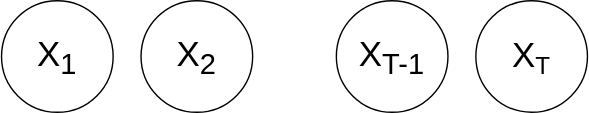
Earlier version of the draw.io export Attention_Location.svg (Pcyslist/MY_EA-LSTM). Source tidied: cells renumbered, new cells last; positions are measured from the earlier drawing's top-left corner, leaving out a move shared by most shapes. Its diagram source:
```xml
<mxGraphModel>
  <root>
    <mxCell id="0" />
    <mxCell id="1" parent="0" />
    <mxCell id="2" value="&lt;font style=&quot;font-size: 25px&quot;&gt;&lt;font style=&quot;vertical-align: inherit ; font-size: 25px&quot;&gt;X&lt;/font&gt;&lt;font style=&quot;font-size: 25px&quot;&gt;&lt;sub&gt;1&lt;/sub&gt;&lt;/font&gt;&lt;/font&gt;" style="ellipse;whiteSpace=wrap;html=1;" parent="1" vertex="1">
      <mxGeometry width="80" height="80" as="geometry" />
    </mxCell>
    <mxCell id="3" value="&lt;span style=&quot;font-size: 25px&quot;&gt;&lt;font&gt;X&lt;font&gt;&lt;sub&gt;2&lt;/sub&gt;&lt;/font&gt;&lt;/font&gt;&lt;/span&gt;" style="ellipse;whiteSpace=wrap;html=1;" parent="1" vertex="1">
      <mxGeometry x="100" width="80" height="80" as="geometry" />
    </mxCell>
    <mxCell id="4" value="&lt;span style=&quot;font-size: 25px&quot;&gt;&lt;font&gt;X&lt;font&gt;&lt;sub&gt;T-1&lt;/sub&gt;&lt;/font&gt;&lt;/font&gt;&lt;/span&gt;" style="ellipse;whiteSpace=wrap;html=1;" parent="1" vertex="1">
      <mxGeometry x="240" width="80" height="80" as="geometry" />
    </mxCell>
    <mxCell id="5" value="&lt;font&gt;&lt;font&gt;&lt;span style=&quot;vertical-align: inherit ; font-size: 25px&quot;&gt;X&lt;/span&gt;&lt;span style=&quot;font-size: 20.8333px&quot;&gt;&lt;sub&gt;T&lt;/sub&gt;&lt;/span&gt;&lt;/font&gt;&lt;/font&gt;" style="ellipse;whiteSpace=wrap;html=1;" parent="1" vertex="1">
      <mxGeometry x="340" width="80" height="80" as="geometry" />
    </mxCell>
  </root>
</mxGraphModel>
```
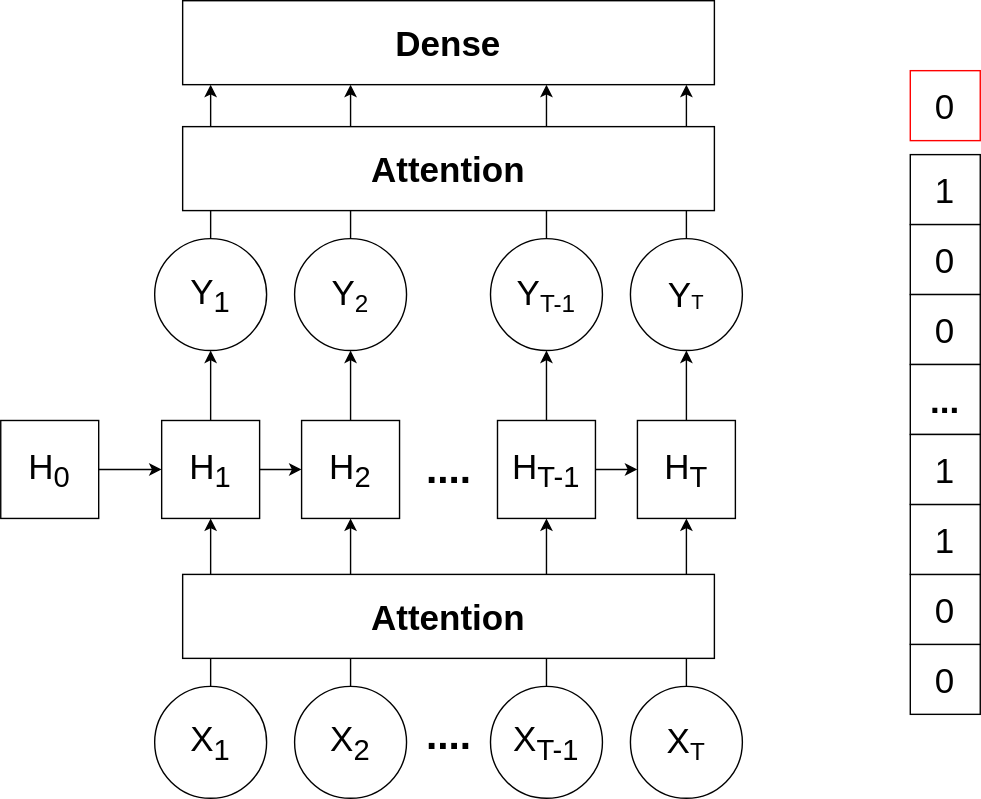
The same diagram one commit later.

The edit, as a diff of the source:
```diff
@@ -2,17 +2,151 @@
   <root>
     <mxCell id="0" />
     <mxCell id="1" parent="0" />
+    <mxCell id="6" style="edgeStyle=orthogonalEdgeStyle;rounded=0;jettySize=auto;html=1;" parent="1" edge="1" source="2" target="15">
+      <mxGeometry relative="1" as="geometry" />
+    </mxCell>
     <mxCell id="2" value="&lt;font style=&quot;font-size: 25px&quot;&gt;&lt;font style=&quot;vertical-align: inherit ; font-size: 25px&quot;&gt;X&lt;/font&gt;&lt;font style=&quot;font-size: 25px&quot;&gt;&lt;sub&gt;1&lt;/sub&gt;&lt;/font&gt;&lt;/font&gt;" style="ellipse;whiteSpace=wrap;html=1;" parent="1" vertex="1">
       <mxGeometry width="80" height="80" as="geometry" />
     </mxCell>
+    <mxCell id="7" style="edgeStyle=orthogonalEdgeStyle;rounded=0;jettySize=auto;html=1;" parent="1" edge="1" source="3" target="17">
+      <mxGeometry relative="1" as="geometry" />
+    </mxCell>
     <mxCell id="3" value="&lt;span style=&quot;font-size: 25px&quot;&gt;&lt;font&gt;X&lt;font&gt;&lt;sub&gt;2&lt;/sub&gt;&lt;/font&gt;&lt;/font&gt;&lt;/span&gt;" style="ellipse;whiteSpace=wrap;html=1;" parent="1" vertex="1">
       <mxGeometry x="100" width="80" height="80" as="geometry" />
     </mxCell>
+    <mxCell id="8" style="edgeStyle=orthogonalEdgeStyle;rounded=0;jettySize=auto;html=1;" parent="1" edge="1" source="4" target="20">
+      <mxGeometry relative="1" as="geometry" />
+    </mxCell>
     <mxCell id="4" value="&lt;span style=&quot;font-size: 25px&quot;&gt;&lt;font&gt;X&lt;font&gt;&lt;sub&gt;T-1&lt;/sub&gt;&lt;/font&gt;&lt;/font&gt;&lt;/span&gt;" style="ellipse;whiteSpace=wrap;html=1;" parent="1" vertex="1">
       <mxGeometry x="240" width="80" height="80" as="geometry" />
     </mxCell>
+    <mxCell id="9" style="edgeStyle=orthogonalEdgeStyle;rounded=0;jettySize=auto;html=1;" parent="1" edge="1" source="5" target="22">
+      <mxGeometry relative="1" as="geometry" />
+    </mxCell>
     <mxCell id="5" value="&lt;font&gt;&lt;font&gt;&lt;span style=&quot;vertical-align: inherit ; font-size: 25px&quot;&gt;X&lt;/span&gt;&lt;span style=&quot;font-size: 20.8333px&quot;&gt;&lt;sub&gt;T&lt;/sub&gt;&lt;/span&gt;&lt;/font&gt;&lt;/font&gt;" style="ellipse;whiteSpace=wrap;html=1;" parent="1" vertex="1">
       <mxGeometry x="340" width="80" height="80" as="geometry" />
     </mxCell>
+    <mxCell id="10" value="&lt;font style=&quot;vertical-align: inherit ; font-size: 21px&quot;&gt;&lt;font style=&quot;vertical-align: inherit ; font-size: 21px&quot;&gt;&lt;font style=&quot;vertical-align: inherit ; font-size: 21px&quot;&gt;&lt;font style=&quot;vertical-align: inherit ; font-size: 21px&quot;&gt;&lt;b&gt;&lt;font style=&quot;vertical-align: inherit ; font-size: 29px&quot;&gt;&lt;font style=&quot;vertical-align: inherit ; font-size: 29px&quot;&gt;&lt;font style=&quot;vertical-align: inherit ; font-size: 29px&quot;&gt;&lt;font style=&quot;vertical-align: inherit ; font-size: 29px&quot;&gt;....&lt;/font&gt;&lt;/font&gt;&lt;/font&gt;&lt;/font&gt;&lt;/b&gt;&lt;/font&gt;&lt;/font&gt;&lt;/font&gt;&lt;/font&gt;" style="text;html=1;align=center;verticalAlign=middle;fillColor=none;strokeColor=none;rounded=0;" parent="1" vertex="1">
+      <mxGeometry x="185" y="20" width="50" height="30" as="geometry" />
+    </mxCell>
+    <mxCell id="11" style="edgeStyle=orthogonalEdgeStyle;rounded=0;jettySize=auto;html=1;" parent="1" edge="1" source="12" target="15">
+      <mxGeometry relative="1" as="geometry" />
+    </mxCell>
+    <mxCell id="12" value="&lt;span style=&quot;font-size: 25px&quot;&gt;&lt;font&gt;H&lt;font&gt;&lt;sub&gt;0&lt;/sub&gt;&lt;/font&gt;&lt;/font&gt;&lt;/span&gt;" style="rounded=0;whiteSpace=wrap;html=1;" parent="1" vertex="1">
+      <mxGeometry x="-110" y="-190" width="70" height="70" as="geometry" />
+    </mxCell>
+    <mxCell id="13" style="edgeStyle=orthogonalEdgeStyle;rounded=0;jettySize=auto;html=1;" parent="1" edge="1" source="15" target="17">
+      <mxGeometry relative="1" as="geometry" />
+    </mxCell>
+    <mxCell id="14" style="edgeStyle=orthogonalEdgeStyle;rounded=0;jettySize=auto;html=1;" parent="1" edge="1" source="15" target="26">
+      <mxGeometry relative="1" as="geometry" />
+    </mxCell>
+    <mxCell id="15" value="&lt;span style=&quot;font-size: 25px&quot;&gt;&lt;font&gt;H&lt;font&gt;&lt;sub&gt;1&lt;/sub&gt;&lt;/font&gt;&lt;/font&gt;&lt;/span&gt;" style="rounded=0;whiteSpace=wrap;html=1;" parent="1" vertex="1">
+      <mxGeometry x="5" y="-190" width="70" height="70" as="geometry" />
+    </mxCell>
+    <mxCell id="16" style="edgeStyle=orthogonalEdgeStyle;rounded=0;jettySize=auto;html=1;" parent="1" edge="1" source="17" target="30">
+      <mxGeometry relative="1" as="geometry" />
+    </mxCell>
+    <mxCell id="17" value="&lt;span style=&quot;font-size: 25px&quot;&gt;&lt;font&gt;H&lt;font&gt;&lt;sub&gt;2&lt;/sub&gt;&lt;/font&gt;&lt;/font&gt;&lt;/span&gt;" style="rounded=0;whiteSpace=wrap;html=1;" parent="1" vertex="1">
+      <mxGeometry x="105" y="-190" width="70" height="70" as="geometry" />
+    </mxCell>
+    <mxCell id="18" style="edgeStyle=orthogonalEdgeStyle;rounded=0;jettySize=auto;html=1;" parent="1" edge="1" source="20" target="22">
+      <mxGeometry relative="1" as="geometry" />
+    </mxCell>
+    <mxCell id="19" style="edgeStyle=orthogonalEdgeStyle;rounded=0;jettySize=auto;html=1;" parent="1" edge="1" source="20" target="28">
+      <mxGeometry relative="1" as="geometry" />
+    </mxCell>
+    <mxCell id="20" value="&lt;span style=&quot;font-size: 25px&quot;&gt;&lt;font&gt;H&lt;font&gt;&lt;sub&gt;T-1&lt;/sub&gt;&lt;/font&gt;&lt;/font&gt;&lt;/span&gt;" style="rounded=0;whiteSpace=wrap;html=1;" parent="1" vertex="1">
+      <mxGeometry x="245" y="-190" width="70" height="70" as="geometry" />
+    </mxCell>
+    <mxCell id="21" style="edgeStyle=orthogonalEdgeStyle;rounded=0;jettySize=auto;html=1;" parent="1" edge="1" source="22" target="32">
+      <mxGeometry relative="1" as="geometry" />
+    </mxCell>
+    <mxCell id="22" value="&lt;span style=&quot;font-size: 25px&quot;&gt;H&lt;sub&gt;T&lt;/sub&gt;&lt;/span&gt;" style="rounded=0;whiteSpace=wrap;html=1;" parent="1" vertex="1">
+      <mxGeometry x="345" y="-190" width="70" height="70" as="geometry" />
+    </mxCell>
+    <mxCell id="23" value="&lt;font style=&quot;font-size: 25px&quot;&gt;&lt;b&gt;Attention&lt;/b&gt;&lt;/font&gt;" style="rounded=0;whiteSpace=wrap;html=1;" parent="1" vertex="1">
+      <mxGeometry x="20" y="-80" width="380" height="60" as="geometry" />
+    </mxCell>
+    <mxCell id="24" value="&lt;font style=&quot;vertical-align: inherit ; font-size: 21px&quot;&gt;&lt;font style=&quot;vertical-align: inherit ; font-size: 21px&quot;&gt;&lt;font style=&quot;vertical-align: inherit ; font-size: 21px&quot;&gt;&lt;font style=&quot;vertical-align: inherit ; font-size: 21px&quot;&gt;&lt;b&gt;&lt;font style=&quot;vertical-align: inherit ; font-size: 29px&quot;&gt;&lt;font style=&quot;vertical-align: inherit ; font-size: 29px&quot;&gt;&lt;font style=&quot;vertical-align: inherit ; font-size: 29px&quot;&gt;&lt;font style=&quot;vertical-align: inherit ; font-size: 29px&quot;&gt;....&lt;/font&gt;&lt;/font&gt;&lt;/font&gt;&lt;/font&gt;&lt;/b&gt;&lt;/font&gt;&lt;/font&gt;&lt;/font&gt;&lt;/font&gt;" style="text;html=1;align=center;verticalAlign=middle;fillColor=none;strokeColor=none;rounded=0;" parent="1" vertex="1">
+      <mxGeometry x="185" y="-170" width="50" height="30" as="geometry" />
+    </mxCell>
+    <mxCell id="25" style="edgeStyle=orthogonalEdgeStyle;rounded=0;jettySize=auto;html=1;" parent="1" edge="1" source="26" target="33">
+      <mxGeometry relative="1" as="geometry">
+        <Array as="points">
+          <mxPoint x="40" y="-370" />
+          <mxPoint x="40" y="-370" />
+        </Array>
+      </mxGeometry>
+    </mxCell>
+    <mxCell id="26" value="&lt;font&gt;&lt;font&gt;&lt;sub&gt;&lt;span style=&quot;font-size: 25px&quot;&gt;Y&lt;sub&gt;1&lt;/sub&gt;&lt;/span&gt;&lt;/sub&gt;&lt;/font&gt;&lt;/font&gt;" style="ellipse;whiteSpace=wrap;html=1;" parent="1" vertex="1">
+      <mxGeometry y="-320" width="80" height="80" as="geometry" />
+    </mxCell>
+    <mxCell id="27" style="edgeStyle=orthogonalEdgeStyle;rounded=0;jettySize=auto;html=1;" parent="1" edge="1" source="28" target="33">
+      <mxGeometry relative="1" as="geometry">
+        <Array as="points">
+          <mxPoint x="280" y="-380" />
+          <mxPoint x="280" y="-380" />
+        </Array>
+      </mxGeometry>
+    </mxCell>
+    <mxCell id="28" value="&lt;font&gt;&lt;font&gt;&lt;sub&gt;&lt;span style=&quot;font-size: 25px&quot;&gt;Y&lt;/span&gt;&lt;span style=&quot;font-size: 20.8333px&quot;&gt;&lt;sub&gt;T-1&lt;/sub&gt;&lt;/span&gt;&lt;/sub&gt;&lt;/font&gt;&lt;/font&gt;" style="ellipse;whiteSpace=wrap;html=1;" parent="1" vertex="1">
+      <mxGeometry x="240" y="-320" width="80" height="80" as="geometry" />
+    </mxCell>
+    <mxCell id="29" style="edgeStyle=orthogonalEdgeStyle;rounded=0;jettySize=auto;html=1;" parent="1" edge="1" source="30" target="33">
+      <mxGeometry relative="1" as="geometry">
+        <Array as="points">
+          <mxPoint x="140" y="-370" />
+          <mxPoint x="140" y="-370" />
+        </Array>
+      </mxGeometry>
+    </mxCell>
+    <mxCell id="30" value="&lt;font&gt;&lt;font&gt;&lt;sub&gt;&lt;span style=&quot;font-size: 25px&quot;&gt;Y&lt;/span&gt;&lt;span style=&quot;font-size: 20.8333px&quot;&gt;&lt;sub&gt;2&lt;/sub&gt;&lt;/span&gt;&lt;/sub&gt;&lt;/font&gt;&lt;/font&gt;" style="ellipse;whiteSpace=wrap;html=1;" parent="1" vertex="1">
+      <mxGeometry x="100" y="-320" width="80" height="80" as="geometry" />
+    </mxCell>
+    <mxCell id="31" style="edgeStyle=orthogonalEdgeStyle;rounded=0;jettySize=auto;html=1;" parent="1" edge="1" source="32" target="33">
+      <mxGeometry relative="1" as="geometry">
+        <Array as="points">
+          <mxPoint x="380" y="-380" />
+          <mxPoint x="380" y="-380" />
+        </Array>
+      </mxGeometry>
+    </mxCell>
+    <mxCell id="32" value="&lt;font&gt;&lt;font&gt;&lt;span style=&quot;vertical-align: sub ; font-size: 25px&quot;&gt;Y&lt;/span&gt;&lt;span style=&quot;font-size: 17.3611px&quot;&gt;&lt;sub style=&quot;vertical-align: sub&quot;&gt;T&lt;/sub&gt;&lt;/span&gt;&lt;/font&gt;&lt;/font&gt;" style="ellipse;whiteSpace=wrap;html=1;" parent="1" vertex="1">
+      <mxGeometry x="340" y="-320" width="80" height="80" as="geometry" />
+    </mxCell>
+    <mxCell id="33" value="&lt;span style=&quot;font-size: 25px&quot;&gt;&lt;b&gt;Dense&lt;/b&gt;&lt;/span&gt;" style="rounded=0;whiteSpace=wrap;html=1;" parent="1" vertex="1">
+      <mxGeometry x="20" y="-490" width="380" height="60" as="geometry" />
+    </mxCell>
+    <mxCell id="34" value="&lt;font style=&quot;font-size: 25px&quot;&gt;&lt;b&gt;Attention&lt;/b&gt;&lt;/font&gt;" style="rounded=0;whiteSpace=wrap;html=1;" parent="1" vertex="1">
+      <mxGeometry x="20" y="-400" width="380" height="60" as="geometry" />
+    </mxCell>
+    <mxCell id="35" value="&lt;font style=&quot;font-size: 25px&quot;&gt;0&lt;/font&gt;" style="whiteSpace=wrap;html=1;fillColor=#ffffff;strokeColor=#FF0000;" parent="1" vertex="1">
+      <mxGeometry x="540" y="-440" width="50" height="50" as="geometry" />
+    </mxCell>
+    <mxCell id="36" value="&lt;font style=&quot;font-size: 25px&quot;&gt;1&lt;/font&gt;" style="whiteSpace=wrap;html=1;fillColor=#ffffff;" parent="1" vertex="1">
+      <mxGeometry x="540" y="-380" width="50" height="50" as="geometry" />
+    </mxCell>
+    <mxCell id="37" value="&lt;font style=&quot;font-size: 25px&quot;&gt;0&lt;/font&gt;" style="whiteSpace=wrap;html=1;fillColor=#ffffff;" parent="1" vertex="1">
+      <mxGeometry x="540" y="-330" width="50" height="50" as="geometry" />
+    </mxCell>
+    <mxCell id="38" value="&lt;font style=&quot;font-size: 25px&quot;&gt;0&lt;/font&gt;" style="whiteSpace=wrap;html=1;fillColor=#ffffff;" parent="1" vertex="1">
+      <mxGeometry x="540" y="-280" width="50" height="50" as="geometry" />
+    </mxCell>
+    <mxCell id="39" value="&lt;font style=&quot;font-size: 25px&quot;&gt;&lt;b&gt;...&lt;/b&gt;&lt;/font&gt;" style="whiteSpace=wrap;html=1;fillColor=#ffffff;align=center;" parent="1" vertex="1">
+      <mxGeometry x="540" y="-230" width="50" height="50" as="geometry" />
+    </mxCell>
+    <mxCell id="40" value="&lt;font style=&quot;font-size: 25px&quot;&gt;0&lt;/font&gt;" style="whiteSpace=wrap;html=1;fillColor=#ffffff;" parent="1" vertex="1">
+      <mxGeometry x="540" y="-30" width="50" height="50" as="geometry" />
+    </mxCell>
+    <mxCell id="41" value="&lt;font style=&quot;font-size: 25px&quot;&gt;0&lt;/font&gt;" style="whiteSpace=wrap;html=1;fillColor=#ffffff;" parent="1" vertex="1">
+      <mxGeometry x="540" y="-80" width="50" height="50" as="geometry" />
+    </mxCell>
+    <mxCell id="42" value="&lt;font style=&quot;font-size: 25px&quot;&gt;1&lt;/font&gt;" style="whiteSpace=wrap;html=1;fillColor=#ffffff;" parent="1" vertex="1">
+      <mxGeometry x="540" y="-130" width="50" height="50" as="geometry" />
+    </mxCell>
+    <mxCell id="43" value="&lt;font style=&quot;font-size: 25px&quot;&gt;1&lt;/font&gt;" style="whiteSpace=wrap;html=1;fillColor=#ffffff;" parent="1" vertex="1">
+      <mxGeometry x="540" y="-180" width="50" height="50" as="geometry" />
+    </mxCell>
   </root>
 </mxGraphModel>
```
